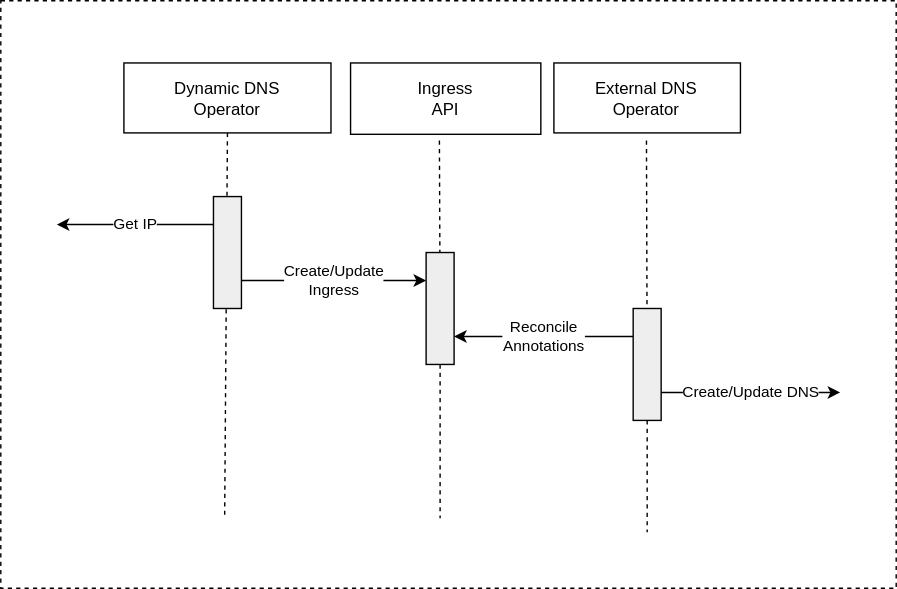
Before: images/kubernetes-diy-dynamic-dns-operator.drawio.svg, a diagram exported from draw.io (jamesmoriarty/jamesmoriarty.github.io). Source tidied: cells renumbered, new cells last; positions are measured from the earlier drawing's top-left corner, leaving out a move shared by most shapes.
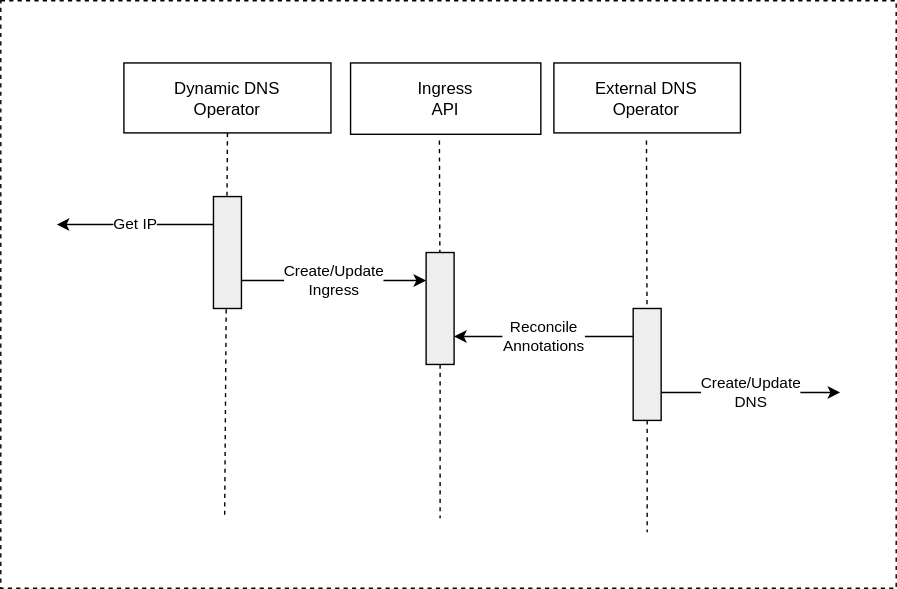
After the change.

Commit message:
deploy: 69005cb1612fb1fcf0a1ab328f4dafe2e0f207c4

The edit, as a diff of the source:
```diff
@@ -53,7 +53,7 @@
     <mxCell id="14" value="Reconcile&lt;br&gt;Annotations" style="edgeStyle=orthogonalEdgeStyle;rounded=0;jettySize=auto;html=1;exitX=0;exitY=0.25;exitDx=0;exitDy=0;entryX=1;entryY=0.75;entryDx=0;entryDy=0;startArrow=none;startFill=0;endArrow=classic;endFill=1;" parent="1" edge="1" source="16" target="12">
       <mxGeometry relative="1" as="geometry" />
     </mxCell>
-    <mxCell id="15" value="Create/Update DNS" style="edgeStyle=orthogonalEdgeStyle;rounded=0;jettySize=auto;html=1;exitX=1;exitY=0.75;exitDx=0;exitDy=0;startArrow=none;startFill=0;endArrow=classic;endFill=1;" parent="1" edge="1" source="16">
+    <mxCell id="15" value="Create/Update&lt;br&gt;DNS" style="edgeStyle=orthogonalEdgeStyle;rounded=0;jettySize=auto;html=1;exitX=1;exitY=0.75;exitDx=0;exitDy=0;startArrow=none;startFill=0;endArrow=classic;endFill=1;" parent="1" edge="1" source="16">
       <mxGeometry relative="1" as="geometry">
         <mxPoint x="600" y="280" as="targetPoint" />
       </mxGeometry>
```
